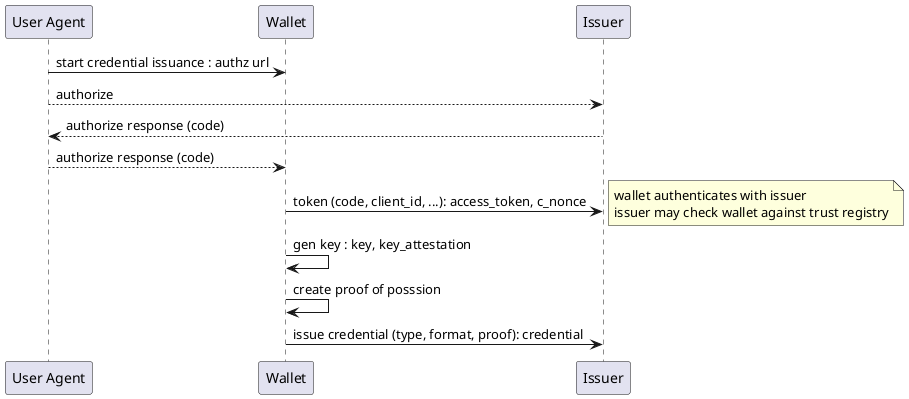
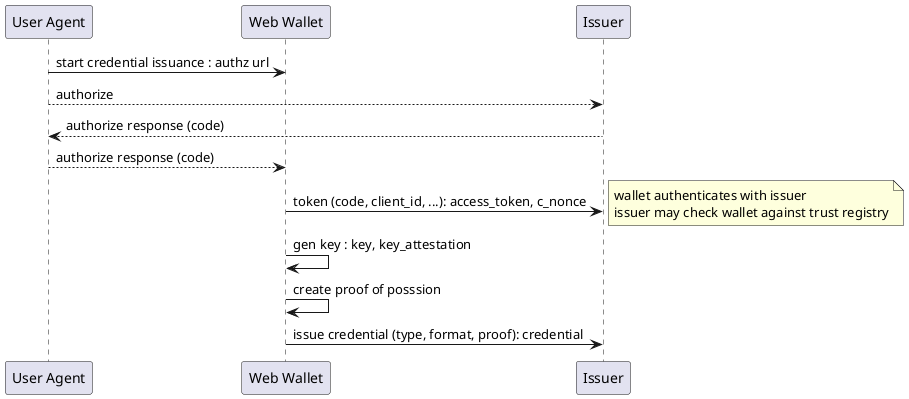
@startuml
participant "User Agent" as w
- participant "Wallet" as b
+ participant "Web Wallet" as b
participant Issuer as i

w -> b : start credential issuance : authz url
w --> i : authorize
i --> w : authorize response (code)
w --> b : authorize response (code)
b -> i : token (code, client_id, ...): access_token, c_nonce
note right: wallet authenticates with issuer\nissuer may check wallet against trust registry
b -> b : gen key : key, key_attestation
b -> b : create proof of posssion
b -> i : issue credential (type, format, proof): credential
@enduml